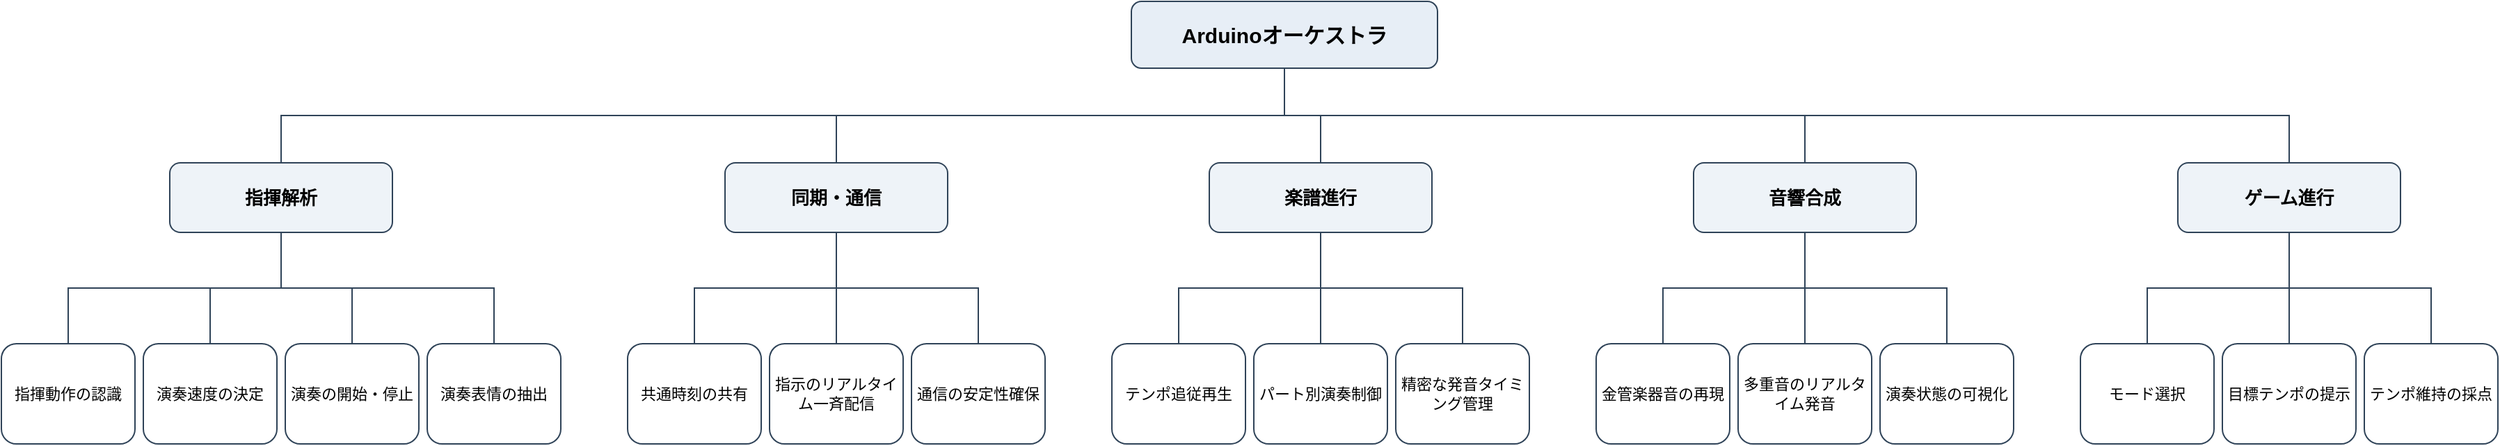
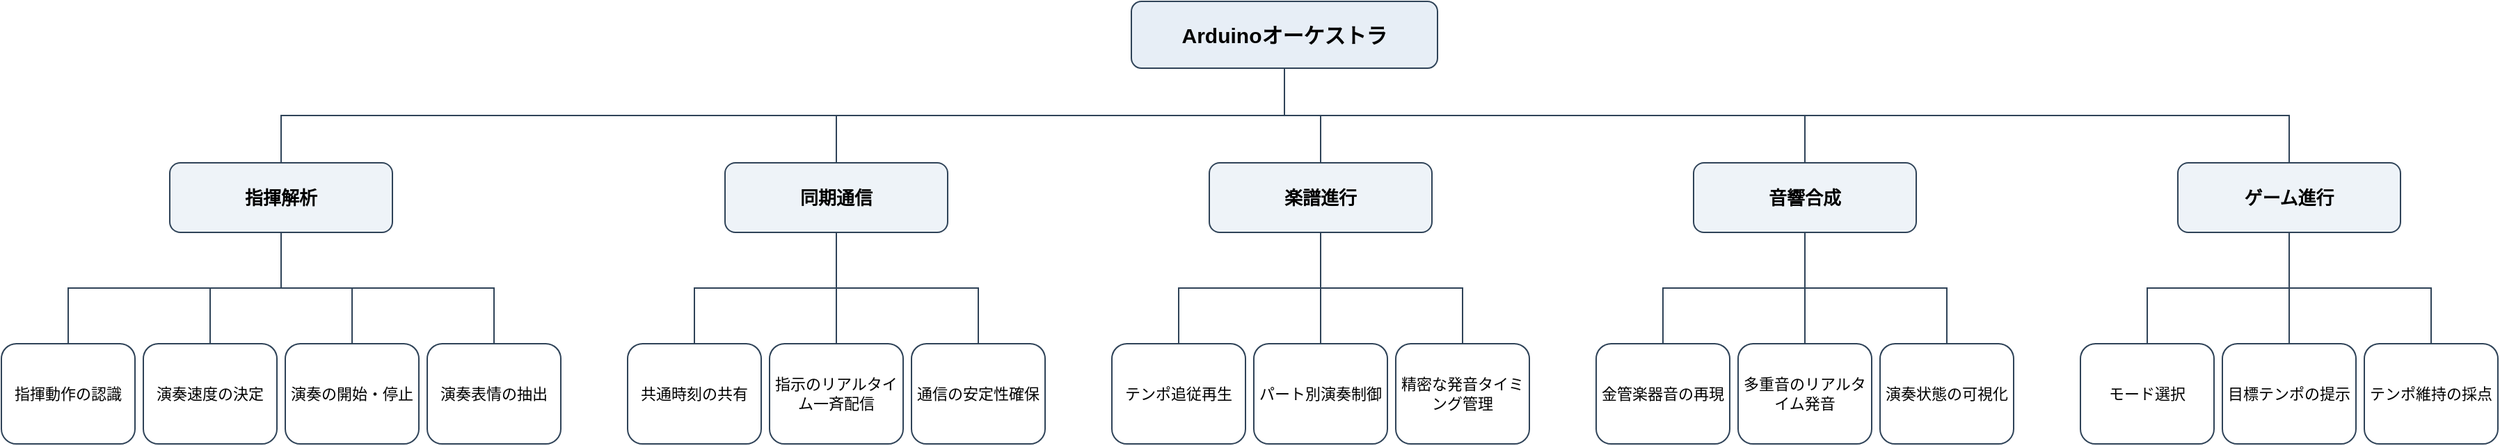
<mxfile host="Claude">
  <diagram id="fbs" name="FBS">
    <mxGraphModel dx="1830" dy="360" grid="0" gridSize="10" guides="1" tooltips="1" connect="1" arrows="1" fold="1" page="1" pageScale="1" pageWidth="1830" pageHeight="360" math="0" shadow="0">
      <root>
        <mxCell id="0"/>
        <mxCell id="1" parent="0"/>
        <mxCell id="r" value="Arduinoオーケストラ" style="rounded=1;whiteSpace=wrap;html=1;fillColor=#E7EEF6;strokeColor=#2F4358;fontSize=15;fontStyle=1;" vertex="1" parent="1"><mxGeometry x="828" y="24" width="220" height="48" as="geometry"/></mxCell>
        <mxCell id="a" value="指揮解析" style="rounded=1;whiteSpace=wrap;html=1;fillColor=#EEF3F8;strokeColor=#2F4358;fontSize=13;fontStyle=1;" vertex="1" parent="1"><mxGeometry x="137" y="140" width="160" height="50" as="geometry"/></mxCell>
-         <mxCell id="b" value="同期・通信" style="rounded=1;whiteSpace=wrap;html=1;fillColor=#EEF3F8;strokeColor=#2F4358;fontSize=13;fontStyle=1;" vertex="1" parent="1"><mxGeometry x="536" y="140" width="160" height="50" as="geometry"/></mxCell>
+         <mxCell id="b" value="同期通信" style="rounded=1;whiteSpace=wrap;html=1;fillColor=#EEF3F8;strokeColor=#2F4358;fontSize=13;fontStyle=1;" vertex="1" parent="1"><mxGeometry x="536" y="140" width="160" height="50" as="geometry"/></mxCell>
        <mxCell id="c" value="楽譜進行" style="rounded=1;whiteSpace=wrap;html=1;fillColor=#EEF3F8;strokeColor=#2F4358;fontSize=13;fontStyle=1;" vertex="1" parent="1"><mxGeometry x="884" y="140" width="160" height="50" as="geometry"/></mxCell>
        <mxCell id="d" value="音響合成" style="rounded=1;whiteSpace=wrap;html=1;fillColor=#EEF3F8;strokeColor=#2F4358;fontSize=13;fontStyle=1;" vertex="1" parent="1"><mxGeometry x="1232" y="140" width="160" height="50" as="geometry"/></mxCell>
        <mxCell id="e" value="ゲーム進行" style="rounded=1;whiteSpace=wrap;html=1;fillColor=#EEF3F8;strokeColor=#2F4358;fontSize=13;fontStyle=1;" vertex="1" parent="1"><mxGeometry x="1580" y="140" width="160" height="50" as="geometry"/></mxCell>
        <mxCell id="a1" value="指揮動作の認識" style="rounded=1;whiteSpace=wrap;html=1;fillColor=#FFFFFF;strokeColor=#2F4358;fontSize=11;" vertex="1" parent="1"><mxGeometry x="16" y="270" width="96" height="72" as="geometry"/></mxCell>
        <mxCell id="a2" value="演奏速度の決定" style="rounded=1;whiteSpace=wrap;html=1;fillColor=#FFFFFF;strokeColor=#2F4358;fontSize=11;" vertex="1" parent="1"><mxGeometry x="118" y="270" width="96" height="72" as="geometry"/></mxCell>
        <mxCell id="a3" value="演奏の開始・停止" style="rounded=1;whiteSpace=wrap;html=1;fillColor=#FFFFFF;strokeColor=#2F4358;fontSize=11;" vertex="1" parent="1"><mxGeometry x="220" y="270" width="96" height="72" as="geometry"/></mxCell>
        <mxCell id="a4" value="演奏表情の抽出" style="rounded=1;whiteSpace=wrap;html=1;fillColor=#FFFFFF;strokeColor=#2F4358;fontSize=11;" vertex="1" parent="1"><mxGeometry x="322" y="270" width="96" height="72" as="geometry"/></mxCell>
        <mxCell id="b1" value="共通時刻の共有" style="rounded=1;whiteSpace=wrap;html=1;fillColor=#FFFFFF;strokeColor=#2F4358;fontSize=11;" vertex="1" parent="1"><mxGeometry x="466" y="270" width="96" height="72" as="geometry"/></mxCell>
        <mxCell id="b2" value="指示のリアルタイム一斉配信" style="rounded=1;whiteSpace=wrap;html=1;fillColor=#FFFFFF;strokeColor=#2F4358;fontSize=11;" vertex="1" parent="1"><mxGeometry x="568" y="270" width="96" height="72" as="geometry"/></mxCell>
        <mxCell id="b3" value="通信の安定性確保" style="rounded=1;whiteSpace=wrap;html=1;fillColor=#FFFFFF;strokeColor=#2F4358;fontSize=11;" vertex="1" parent="1"><mxGeometry x="670" y="270" width="96" height="72" as="geometry"/></mxCell>
        <mxCell id="c1" value="テンポ追従再生" style="rounded=1;whiteSpace=wrap;html=1;fillColor=#FFFFFF;strokeColor=#2F4358;fontSize=11;" vertex="1" parent="1"><mxGeometry x="814" y="270" width="96" height="72" as="geometry"/></mxCell>
        <mxCell id="c2" value="パート別演奏制御" style="rounded=1;whiteSpace=wrap;html=1;fillColor=#FFFFFF;strokeColor=#2F4358;fontSize=11;" vertex="1" parent="1"><mxGeometry x="916" y="270" width="96" height="72" as="geometry"/></mxCell>
        <mxCell id="c3" value="精密な発音タイミング管理" style="rounded=1;whiteSpace=wrap;html=1;fillColor=#FFFFFF;strokeColor=#2F4358;fontSize=11;" vertex="1" parent="1"><mxGeometry x="1018" y="270" width="96" height="72" as="geometry"/></mxCell>
        <mxCell id="d1" value="金管楽器音の再現" style="rounded=1;whiteSpace=wrap;html=1;fillColor=#FFFFFF;strokeColor=#2F4358;fontSize=11;" vertex="1" parent="1"><mxGeometry x="1162" y="270" width="96" height="72" as="geometry"/></mxCell>
        <mxCell id="d2" value="多重音のリアルタイム発音" style="rounded=1;whiteSpace=wrap;html=1;fillColor=#FFFFFF;strokeColor=#2F4358;fontSize=11;" vertex="1" parent="1"><mxGeometry x="1264" y="270" width="96" height="72" as="geometry"/></mxCell>
        <mxCell id="d3" value="演奏状態の可視化" style="rounded=1;whiteSpace=wrap;html=1;fillColor=#FFFFFF;strokeColor=#2F4358;fontSize=11;" vertex="1" parent="1"><mxGeometry x="1366" y="270" width="96" height="72" as="geometry"/></mxCell>
        <mxCell id="e1" value="モード選択" style="rounded=1;whiteSpace=wrap;html=1;fillColor=#FFFFFF;strokeColor=#2F4358;fontSize=11;" vertex="1" parent="1"><mxGeometry x="1510" y="270" width="96" height="72" as="geometry"/></mxCell>
        <mxCell id="e2" value="目標テンポの提示" style="rounded=1;whiteSpace=wrap;html=1;fillColor=#FFFFFF;strokeColor=#2F4358;fontSize=11;" vertex="1" parent="1"><mxGeometry x="1612" y="270" width="96" height="72" as="geometry"/></mxCell>
        <mxCell id="e3" value="テンポ維持の採点" style="rounded=1;whiteSpace=wrap;html=1;fillColor=#FFFFFF;strokeColor=#2F4358;fontSize=11;" vertex="1" parent="1"><mxGeometry x="1714" y="270" width="96" height="72" as="geometry"/></mxCell>
        <mxCell id="er_a" style="edgeStyle=orthogonalEdgeStyle;rounded=0;html=1;endArrow=none;strokeColor=#2F4358;exitX=0.5;exitY=1;entryX=0.5;entryY=0;" edge="1" parent="1" source="r" target="a"><mxGeometry relative="1" as="geometry"/></mxCell>
        <mxCell id="er_b" style="edgeStyle=orthogonalEdgeStyle;rounded=0;html=1;endArrow=none;strokeColor=#2F4358;exitX=0.5;exitY=1;entryX=0.5;entryY=0;" edge="1" parent="1" source="r" target="b"><mxGeometry relative="1" as="geometry"/></mxCell>
        <mxCell id="er_c" style="edgeStyle=orthogonalEdgeStyle;rounded=0;html=1;endArrow=none;strokeColor=#2F4358;exitX=0.5;exitY=1;entryX=0.5;entryY=0;" edge="1" parent="1" source="r" target="c"><mxGeometry relative="1" as="geometry"/></mxCell>
        <mxCell id="er_d" style="edgeStyle=orthogonalEdgeStyle;rounded=0;html=1;endArrow=none;strokeColor=#2F4358;exitX=0.5;exitY=1;entryX=0.5;entryY=0;" edge="1" parent="1" source="r" target="d"><mxGeometry relative="1" as="geometry"/></mxCell>
        <mxCell id="er_e" style="edgeStyle=orthogonalEdgeStyle;rounded=0;html=1;endArrow=none;strokeColor=#2F4358;exitX=0.5;exitY=1;entryX=0.5;entryY=0;" edge="1" parent="1" source="r" target="e"><mxGeometry relative="1" as="geometry"/></mxCell>
        <mxCell id="ea1" style="edgeStyle=orthogonalEdgeStyle;rounded=0;html=1;endArrow=none;strokeColor=#2F4358;exitX=0.5;exitY=1;entryX=0.5;entryY=0;" edge="1" parent="1" source="a" target="a1"><mxGeometry relative="1" as="geometry"/></mxCell>
        <mxCell id="ea2" style="edgeStyle=orthogonalEdgeStyle;rounded=0;html=1;endArrow=none;strokeColor=#2F4358;exitX=0.5;exitY=1;entryX=0.5;entryY=0;" edge="1" parent="1" source="a" target="a2"><mxGeometry relative="1" as="geometry"/></mxCell>
        <mxCell id="ea3" style="edgeStyle=orthogonalEdgeStyle;rounded=0;html=1;endArrow=none;strokeColor=#2F4358;exitX=0.5;exitY=1;entryX=0.5;entryY=0;" edge="1" parent="1" source="a" target="a3"><mxGeometry relative="1" as="geometry"/></mxCell>
        <mxCell id="ea4" style="edgeStyle=orthogonalEdgeStyle;rounded=0;html=1;endArrow=none;strokeColor=#2F4358;exitX=0.5;exitY=1;entryX=0.5;entryY=0;" edge="1" parent="1" source="a" target="a4"><mxGeometry relative="1" as="geometry"/></mxCell>
        <mxCell id="eb1" style="edgeStyle=orthogonalEdgeStyle;rounded=0;html=1;endArrow=none;strokeColor=#2F4358;exitX=0.5;exitY=1;entryX=0.5;entryY=0;" edge="1" parent="1" source="b" target="b1"><mxGeometry relative="1" as="geometry"/></mxCell>
        <mxCell id="eb2" style="edgeStyle=orthogonalEdgeStyle;rounded=0;html=1;endArrow=none;strokeColor=#2F4358;exitX=0.5;exitY=1;entryX=0.5;entryY=0;" edge="1" parent="1" source="b" target="b2"><mxGeometry relative="1" as="geometry"/></mxCell>
        <mxCell id="eb3" style="edgeStyle=orthogonalEdgeStyle;rounded=0;html=1;endArrow=none;strokeColor=#2F4358;exitX=0.5;exitY=1;entryX=0.5;entryY=0;" edge="1" parent="1" source="b" target="b3"><mxGeometry relative="1" as="geometry"/></mxCell>
        <mxCell id="ec1" style="edgeStyle=orthogonalEdgeStyle;rounded=0;html=1;endArrow=none;strokeColor=#2F4358;exitX=0.5;exitY=1;entryX=0.5;entryY=0;" edge="1" parent="1" source="c" target="c1"><mxGeometry relative="1" as="geometry"/></mxCell>
        <mxCell id="ec2" style="edgeStyle=orthogonalEdgeStyle;rounded=0;html=1;endArrow=none;strokeColor=#2F4358;exitX=0.5;exitY=1;entryX=0.5;entryY=0;" edge="1" parent="1" source="c" target="c2"><mxGeometry relative="1" as="geometry"/></mxCell>
        <mxCell id="ec3" style="edgeStyle=orthogonalEdgeStyle;rounded=0;html=1;endArrow=none;strokeColor=#2F4358;exitX=0.5;exitY=1;entryX=0.5;entryY=0;" edge="1" parent="1" source="c" target="c3"><mxGeometry relative="1" as="geometry"/></mxCell>
        <mxCell id="ed1" style="edgeStyle=orthogonalEdgeStyle;rounded=0;html=1;endArrow=none;strokeColor=#2F4358;exitX=0.5;exitY=1;entryX=0.5;entryY=0;" edge="1" parent="1" source="d" target="d1"><mxGeometry relative="1" as="geometry"/></mxCell>
        <mxCell id="ed2" style="edgeStyle=orthogonalEdgeStyle;rounded=0;html=1;endArrow=none;strokeColor=#2F4358;exitX=0.5;exitY=1;entryX=0.5;entryY=0;" edge="1" parent="1" source="d" target="d2"><mxGeometry relative="1" as="geometry"/></mxCell>
        <mxCell id="ed3" style="edgeStyle=orthogonalEdgeStyle;rounded=0;html=1;endArrow=none;strokeColor=#2F4358;exitX=0.5;exitY=1;entryX=0.5;entryY=0;" edge="1" parent="1" source="d" target="d3"><mxGeometry relative="1" as="geometry"/></mxCell>
        <mxCell id="ee1" style="edgeStyle=orthogonalEdgeStyle;rounded=0;html=1;endArrow=none;strokeColor=#2F4358;exitX=0.5;exitY=1;entryX=0.5;entryY=0;" edge="1" parent="1" source="e" target="e1"><mxGeometry relative="1" as="geometry"/></mxCell>
        <mxCell id="ee2" style="edgeStyle=orthogonalEdgeStyle;rounded=0;html=1;endArrow=none;strokeColor=#2F4358;exitX=0.5;exitY=1;entryX=0.5;entryY=0;" edge="1" parent="1" source="e" target="e2"><mxGeometry relative="1" as="geometry"/></mxCell>
        <mxCell id="ee3" style="edgeStyle=orthogonalEdgeStyle;rounded=0;html=1;endArrow=none;strokeColor=#2F4358;exitX=0.5;exitY=1;entryX=0.5;entryY=0;" edge="1" parent="1" source="e" target="e3"><mxGeometry relative="1" as="geometry"/></mxCell>
      </root>
    </mxGraphModel>
  </diagram>
</mxfile>
